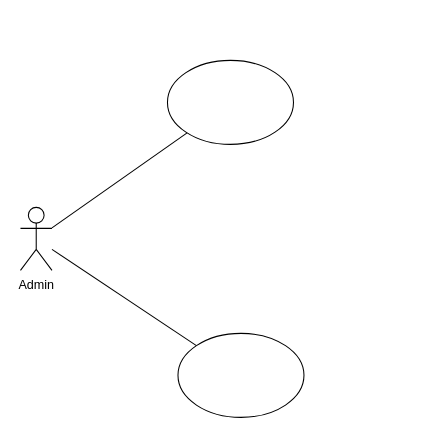
Above: Admin.drawio in OlaAni/SEAT (draw.io), before the change. Source tidied: cells renumbered, new cells numbered last; positions are measured from the earlier drawing's top-left corner, leaving out a move shared by most shapes. Both pictures are drawn from the tidied source at 105%, with x=0, y=0 at pixel (20, 60).
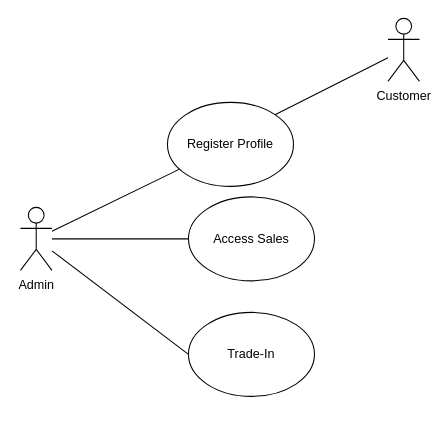
The same diagram, later.

Change to the diagram source:
```diff
@@
 <mxGraphModel>
   <root>
     <mxCell id="0" />
     <mxCell id="1" parent="0" />
     <mxCell id="2" style="rounded=0;jettySize=auto;html=1;endArrow=none;endFill=0;" parent="1" edge="1" source="4" target="5">
       <mxGeometry relative="1" as="geometry" />
     </mxCell>
-    <mxCell id="3" style="edgeStyle=none;rounded=0;jettySize=auto;html=1;endArrow=none;endFill=0;" parent="1" edge="1" source="4" target="6">
-      <mxGeometry relative="1" as="geometry" />
-    </mxCell>
+    <mxCell id="7" style="edgeStyle=none;rounded=0;jettySize=auto;html=1;entryX=0;entryY=0.5;entryDx=0;entryDy=0;endArrow=none;endFill=0;" parent="1" edge="1" source="4" target="11">
+      <mxGeometry relative="1" as="geometry" />
+    </mxCell>
+    <mxCell id="8" style="edgeStyle=none;rounded=0;jettySize=auto;html=1;endArrow=none;endFill=0;" parent="1" edge="1" source="4" target="12">
+      <mxGeometry relative="1" as="geometry" />
+    </mxCell>
     <mxCell id="4" value="Admin&lt;br&gt;" style="shape=umlActor;verticalLabelPosition=bottom;verticalAlign=top;html=1;outlineConnect=0;" parent="1" vertex="1">
       <mxGeometry y="140" width="30" height="60" as="geometry" />
     </mxCell>
-    <mxCell id="5" style="ellipse;whiteSpace=wrap;html=1;" parent="1" vertex="1">
-      <mxGeometry x="140" width="120" height="80" as="geometry" />
+    <mxCell id="5" value="Register Profile" style="ellipse;whiteSpace=wrap;html=1;" parent="1" vertex="1">
+      <mxGeometry x="140" y="40" width="120" height="80" as="geometry" />
     </mxCell>
-    <mxCell id="6" style="ellipse;whiteSpace=wrap;html=1;" parent="1" vertex="1">
-      <mxGeometry x="150" y="260" width="120" height="80" as="geometry" />
-    </mxCell>
+    <mxCell id="9" style="rounded=0;jettySize=auto;html=1;entryX=1;entryY=0;entryDx=0;entryDy=0;endArrow=none;endFill=0;" parent="1" edge="1" source="10" target="5">
+      <mxGeometry relative="1" as="geometry" />
+    </mxCell>
+    <mxCell id="10" value="Customer&lt;br&gt;" style="shape=umlActor;verticalLabelPosition=bottom;verticalAlign=top;html=1;outlineConnect=0;" parent="1" vertex="1">
+      <mxGeometry x="350" y="-40" width="30" height="60" as="geometry" />
+    </mxCell>
+    <mxCell id="11" value="Trade-In" style="ellipse;whiteSpace=wrap;html=1;" parent="1" vertex="1">
+      <mxGeometry x="160" y="240" width="120" height="80" as="geometry" />
+    </mxCell>
+    <mxCell id="12" value="Access Sales" style="ellipse;whiteSpace=wrap;html=1;" parent="1" vertex="1">
+      <mxGeometry x="160" y="130" width="120" height="80" as="geometry" />
+    </mxCell>
   </root>
 </mxGraphModel>
```
